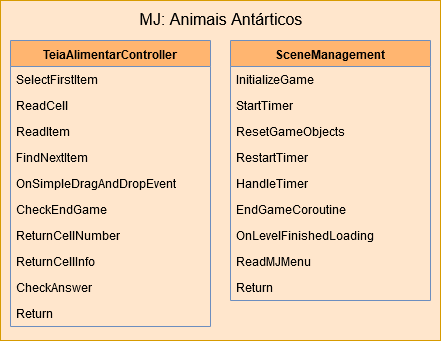
Above: m004/assets/teia.png in Projeto-Game-Antartica/documentacao (draw.io), before the change. Source tidied: cells renumbered, new cells last; positions are measured from the earlier drawing's top-left corner, leaving out a move shared by most shapes. Source of this version:
```xml
<mxGraphModel>
  <root>
    <mxCell id="0" />
    <mxCell id="1" parent="0" />
    <mxCell id="2" style="rounded=0;whiteSpace=wrap;html=1;fillColor=#ffe6cc;strokeColor=#d79b00;" parent="1" vertex="1">
      <mxGeometry width="440" height="340" as="geometry" />
    </mxCell>
    <mxCell id="3" value="&lt;font style=&quot;font-size: 16px&quot;&gt;MJ: Animais Antárticos&lt;br&gt;&lt;/font&gt;" style="text;html=1;strokeColor=none;fillColor=none;align=center;verticalAlign=middle;whiteSpace=wrap;rounded=0;" parent="1" vertex="1">
      <mxGeometry x="123.2" y="10" width="193.5" height="20" as="geometry" />
    </mxCell>
    <mxCell id="4" value="TeiaAlimentarController" style="swimlane;fontStyle=1;align=center;verticalAlign=top;horizontal=1;startSize=26;fillColor=#FFB570;strokeColor=#6c8ebf;" parent="1" vertex="1">
      <mxGeometry x="10" y="40" width="200" height="286" as="geometry" />
    </mxCell>
    <mxCell id="5" value="SelectFirstItem" style="text;strokeColor=none;fillColor=none;align=left;verticalAlign=top;spacingLeft=4;spacingRight=4;overflow=hidden;" parent="4" vertex="1">
      <mxGeometry y="26" width="200" height="26" as="geometry" />
    </mxCell>
    <mxCell id="6" value="ReadCell" style="text;strokeColor=none;fillColor=none;align=left;verticalAlign=top;spacingLeft=4;spacingRight=4;overflow=hidden;" parent="4" vertex="1">
      <mxGeometry y="52" width="200" height="26" as="geometry" />
    </mxCell>
    <mxCell id="7" value="ReadItem" style="text;strokeColor=none;fillColor=none;align=left;verticalAlign=top;spacingLeft=4;spacingRight=4;overflow=hidden;" parent="4" vertex="1">
      <mxGeometry y="78" width="200" height="26" as="geometry" />
    </mxCell>
    <mxCell id="8" value="FindNextItem" style="text;strokeColor=none;fillColor=none;align=left;verticalAlign=top;spacingLeft=4;spacingRight=4;overflow=hidden;" parent="4" vertex="1">
      <mxGeometry y="104" width="200" height="26" as="geometry" />
    </mxCell>
    <mxCell id="9" value="OnSimpleDragAndDropEvent" style="text;strokeColor=none;fillColor=none;align=left;verticalAlign=top;spacingLeft=4;spacingRight=4;overflow=hidden;" parent="4" vertex="1">
      <mxGeometry y="130" width="200" height="26" as="geometry" />
    </mxCell>
    <mxCell id="10" value="CheckEndGame" style="text;strokeColor=none;fillColor=none;align=left;verticalAlign=top;spacingLeft=4;spacingRight=4;overflow=hidden;" parent="4" vertex="1">
      <mxGeometry y="156" width="200" height="26" as="geometry" />
    </mxCell>
    <mxCell id="11" value="ReturnCellNumber" style="text;strokeColor=none;fillColor=none;align=left;verticalAlign=top;spacingLeft=4;spacingRight=4;overflow=hidden;" parent="4" vertex="1">
      <mxGeometry y="182" width="200" height="26" as="geometry" />
    </mxCell>
    <mxCell id="12" value="ReturnCellInfo" style="text;strokeColor=none;fillColor=none;align=left;verticalAlign=top;spacingLeft=4;spacingRight=4;overflow=hidden;" parent="4" vertex="1">
      <mxGeometry y="208" width="200" height="26" as="geometry" />
    </mxCell>
    <mxCell id="13" value="CheckAnswer" style="text;strokeColor=none;fillColor=none;align=left;verticalAlign=top;spacingLeft=4;spacingRight=4;overflow=hidden;" parent="4" vertex="1">
      <mxGeometry y="234" width="200" height="26" as="geometry" />
    </mxCell>
    <mxCell id="14" value="Return" style="text;strokeColor=none;fillColor=none;align=left;verticalAlign=top;spacingLeft=4;spacingRight=4;overflow=hidden;" parent="4" vertex="1">
      <mxGeometry y="260" width="200" height="26" as="geometry" />
    </mxCell>
    <mxCell id="15" value="SceneManagement" style="swimlane;fontStyle=1;align=center;verticalAlign=top;horizontal=1;startSize=26;fillColor=#FFB570;strokeColor=#6c8ebf;" parent="1" vertex="1">
      <mxGeometry x="230" y="40" width="200" height="260" as="geometry" />
    </mxCell>
    <mxCell id="16" value="InitializeGame" style="text;strokeColor=none;fillColor=none;align=left;verticalAlign=top;spacingLeft=4;spacingRight=4;overflow=hidden;" parent="15" vertex="1">
      <mxGeometry y="26" width="200" height="26" as="geometry" />
    </mxCell>
    <mxCell id="17" value="StartTimer" style="text;strokeColor=none;fillColor=none;align=left;verticalAlign=top;spacingLeft=4;spacingRight=4;overflow=hidden;" parent="15" vertex="1">
      <mxGeometry y="52" width="200" height="26" as="geometry" />
    </mxCell>
    <mxCell id="18" value="ResetGameObjects" style="text;strokeColor=none;fillColor=none;align=left;verticalAlign=top;spacingLeft=4;spacingRight=4;overflow=hidden;" parent="15" vertex="1">
      <mxGeometry y="78" width="200" height="26" as="geometry" />
    </mxCell>
    <mxCell id="19" value="RestartTimer" style="text;strokeColor=none;fillColor=none;align=left;verticalAlign=top;spacingLeft=4;spacingRight=4;overflow=hidden;" parent="15" vertex="1">
      <mxGeometry y="104" width="200" height="26" as="geometry" />
    </mxCell>
    <mxCell id="20" value="HandleTimer" style="text;strokeColor=none;fillColor=none;align=left;verticalAlign=top;spacingLeft=4;spacingRight=4;overflow=hidden;" parent="15" vertex="1">
      <mxGeometry y="130" width="200" height="26" as="geometry" />
    </mxCell>
    <mxCell id="21" value="EndGameCoroutine" style="text;strokeColor=none;fillColor=none;align=left;verticalAlign=top;spacingLeft=4;spacingRight=4;overflow=hidden;" parent="15" vertex="1">
      <mxGeometry y="156" width="200" height="26" as="geometry" />
    </mxCell>
    <mxCell id="22" value="OnLevelFinishedLoading" style="text;strokeColor=none;fillColor=none;align=left;verticalAlign=top;spacingLeft=4;spacingRight=4;overflow=hidden;" parent="15" vertex="1">
      <mxGeometry y="182" width="200" height="26" as="geometry" />
    </mxCell>
    <mxCell id="23" value="ReadMJMenu" style="text;strokeColor=none;fillColor=none;align=left;verticalAlign=top;spacingLeft=4;spacingRight=4;overflow=hidden;" parent="15" vertex="1">
      <mxGeometry y="208" width="200" height="26" as="geometry" />
    </mxCell>
    <mxCell id="24" value="Return" style="text;strokeColor=none;fillColor=none;align=left;verticalAlign=top;spacingLeft=4;spacingRight=4;overflow=hidden;" parent="15" vertex="1">
      <mxGeometry y="234" width="200" height="26" as="geometry" />
    </mxCell>
  </root>
</mxGraphModel>
```
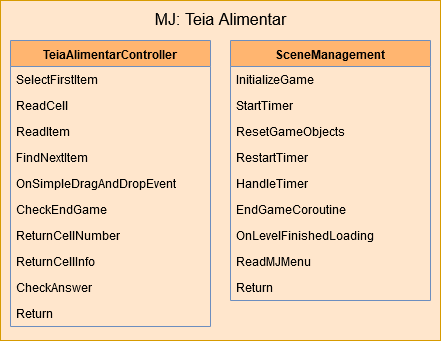
After the commit.

Change to the diagram source:
```diff
@@ -5,7 +5,7 @@
     <mxCell id="2" style="rounded=0;whiteSpace=wrap;html=1;fillColor=#ffe6cc;strokeColor=#d79b00;" parent="1" vertex="1">
       <mxGeometry width="440" height="340" as="geometry" />
     </mxCell>
-    <mxCell id="3" value="&lt;font style=&quot;font-size: 16px&quot;&gt;MJ: Animais Antárticos&lt;br&gt;&lt;/font&gt;" style="text;html=1;strokeColor=none;fillColor=none;align=center;verticalAlign=middle;whiteSpace=wrap;rounded=0;" parent="1" vertex="1">
+    <mxCell id="3" value="&lt;font style=&quot;font-size: 16px&quot;&gt;MJ: Teia Alimentar&lt;/font&gt;" style="text;html=1;strokeColor=none;fillColor=none;align=center;verticalAlign=middle;whiteSpace=wrap;rounded=0;" parent="1" vertex="1">
       <mxGeometry x="123.2" y="10" width="193.5" height="20" as="geometry" />
     </mxCell>
     <mxCell id="4" value="TeiaAlimentarController" style="swimlane;fontStyle=1;align=center;verticalAlign=top;horizontal=1;startSize=26;fillColor=#FFB570;strokeColor=#6c8ebf;" parent="1" vertex="1">
```
